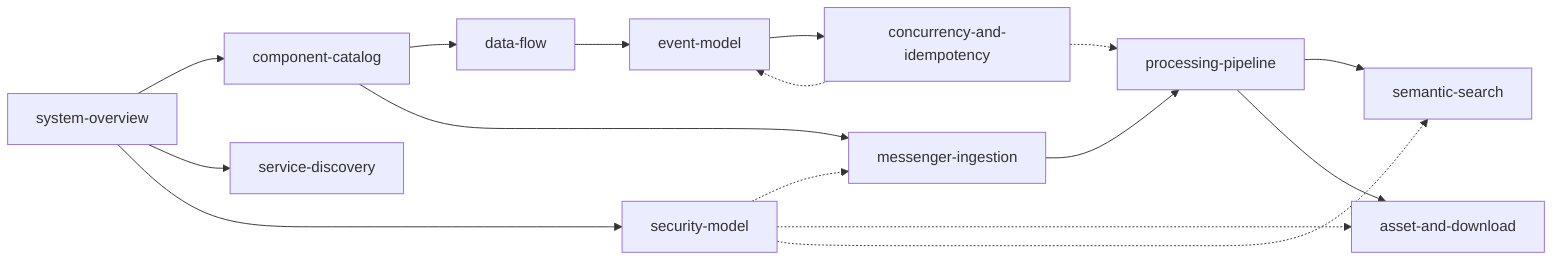
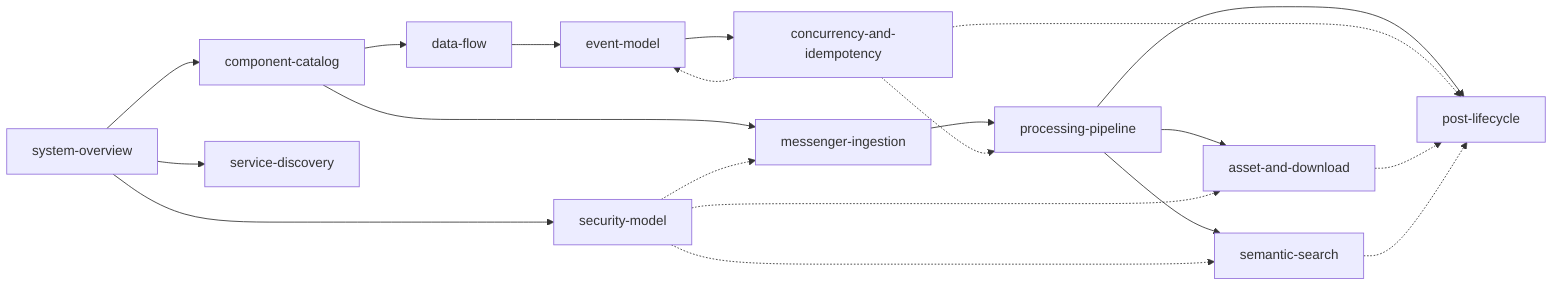
%% Helix Thready — System Architecture area reading order
%% Source of truth: helix_thready_research_request_final.md §2 (architecture) + CONVENTIONS §5
flowchart LR
  OV[system-overview] --> CC[component-catalog]
  CC --> DF[data-flow]
  DF --> EV[event-model]
  EV --> CI[concurrency-and-idempotency]
  OV --> SD[service-discovery]
  OV --> SEC[security-model]
  CC --> ING[messenger-ingestion]
  ING --> PROC[processing-pipeline]
  PROC --> SEM[semantic-search]
  PROC --> AD[asset-and-download]
+   PROC --> PL[post-lifecycle]
  SEC -.-> ING & AD & SEM
  CI -.-> PROC & EV
+   CI & AD & SEM -.-> PL
